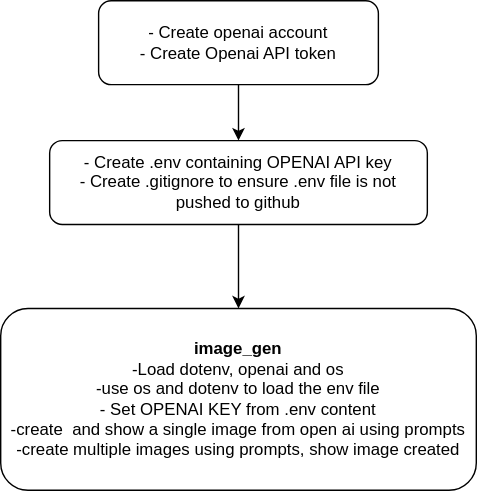
alliwene/image-gen-dalle keeps this draw.io diagram as test.drawio.svg. Above is the earlier version. Source tidied: cells renumbered, new cells last; positions are measured from the earlier drawing's top-left corner, leaving out a move shared by most shapes.
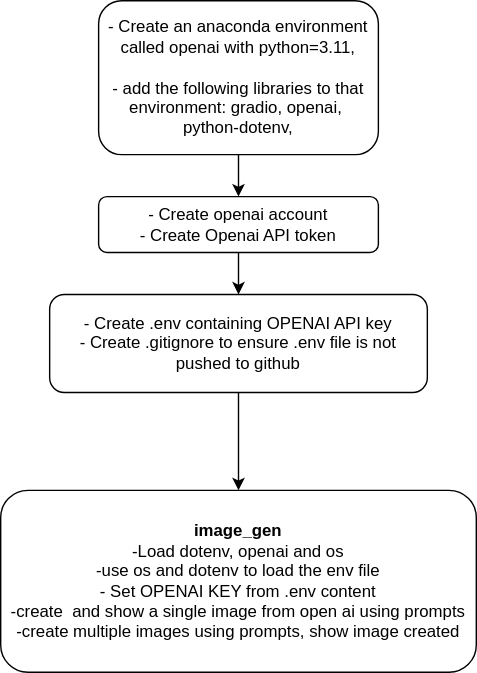
The same diagram one commit later.

Diff of the diagram source:
```diff
@@ -2,24 +2,26 @@
   <root>
     <mxCell id="0" />
     <mxCell id="1" parent="0" />
-    <mxCell id="2" style="edgeStyle=none;html=1;exitX=0.5;exitY=1;exitDx=0;exitDy=0;" parent="1" edge="1" source="3">
-      <mxGeometry relative="1" as="geometry">
-        <mxPoint x="170" y="100" as="targetPoint" />
-      </mxGeometry>
-    </mxCell>
+    <mxCell id="7" style="edgeStyle=none;html=1;" parent="1" edge="1" source="3" target="5">
+      <mxGeometry relative="1" as="geometry" />
+    </mxCell>
     <mxCell id="3" value="- Create openai account&lt;br&gt;- Create Openai API token" style="rounded=1;whiteSpace=wrap;html=1;" parent="1" vertex="1">
-      <mxGeometry x="70" width="200" height="60" as="geometry" />
+      <mxGeometry x="70" y="70" width="200" height="40" as="geometry" />
     </mxCell>
-    <mxCell id="4" style="edgeStyle=none;html=1;exitX=0.5;exitY=1;exitDx=0;exitDy=0;" parent="1" edge="1" source="5">
-      <mxGeometry relative="1" as="geometry">
-        <mxPoint x="170" y="220" as="targetPoint" />
-      </mxGeometry>
-    </mxCell>
+    <mxCell id="8" style="edgeStyle=none;html=1;" parent="1" edge="1" source="5" target="6">
+      <mxGeometry relative="1" as="geometry" />
+    </mxCell>
+    <mxCell id="6" value="&lt;b&gt;image_gen&lt;/b&gt;&lt;br&gt;-Load dotenv, openai and os&lt;br&gt;-use os and dotenv to load the env file&lt;br&gt;- Set OPENAI KEY from .env content&lt;br&gt;-create&amp;nbsp; and show a single image from open ai using prompts&lt;br&gt;-create multiple images using prompts, show image created&amp;nbsp;" style="rounded=1;whiteSpace=wrap;html=1;" parent="1" vertex="1">
+      <mxGeometry y="280" width="340" height="130" as="geometry" />
+    </mxCell>
+    <mxCell id="9" style="edgeStyle=none;html=1;" parent="1" edge="1" source="10" target="3">
+      <mxGeometry relative="1" as="geometry" />
+    </mxCell>
+    <mxCell id="10" value="- Create an anaconda environment called openai with python=3.11,&amp;nbsp;&lt;br&gt;&lt;br&gt;- add the following libraries to that environment: gradio, openai,&amp;nbsp; python-dotenv,&amp;nbsp;" style="rounded=1;whiteSpace=wrap;html=1;" parent="1" vertex="1">
+      <mxGeometry x="70" y="-70" width="200" height="110" as="geometry" />
+    </mxCell>
     <mxCell id="5" value="- Create .env containing OPENAI API key&lt;br&gt;- Create .gitignore to ensure .env file is not pushed to github" style="rounded=1;whiteSpace=wrap;html=1;" parent="1" vertex="1">
-      <mxGeometry x="35" y="100" width="270" height="60" as="geometry" />
+      <mxGeometry x="35" y="140" width="270" height="70" as="geometry" />
     </mxCell>
-    <mxCell id="6" value="&lt;b&gt;image_gen&lt;/b&gt;&lt;br&gt;-Load dotenv, openai and os&lt;br&gt;-use os and dotenv to load the env file&lt;br&gt;- Set OPENAI KEY from .env content&lt;br&gt;-create&amp;nbsp; and show a single image from open ai using prompts&lt;br&gt;-create multiple images using prompts, show image created&amp;nbsp;" style="rounded=1;whiteSpace=wrap;html=1;" parent="1" vertex="1">
-      <mxGeometry y="220" width="340" height="130" as="geometry" />
-    </mxCell>
   </root>
 </mxGraphModel>
```
